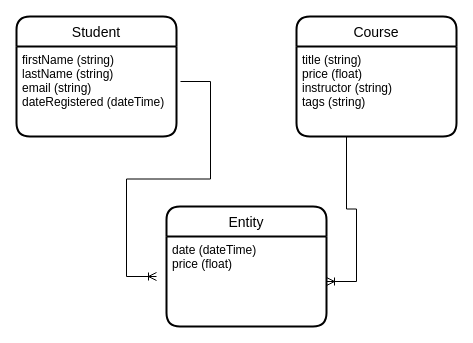
Earlier version of the draw.io diagram Libraries/Dlls/Untitled Diagram.drawio (Bryanh9111/Library). Source tidied: cells renumbered, new cells numbered last; positions are measured from the earlier drawing's top-left corner, leaving out a move shared by most shapes. Both pictures are drawn from the tidied source at 100%, with x=0, y=0 at pixel (16, 16).
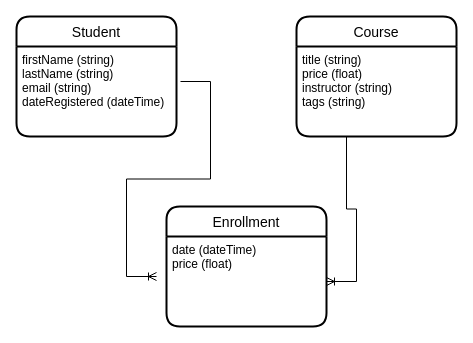
The same diagram, later.

The edit, as a diff of the source:
```diff
@@
 <mxGraphModel>
   <root>
     <mxCell id="0" />
     <mxCell id="1" parent="0" />
     <mxCell id="2" value="Student" style="swimlane;horizontal=1;startSize=30;rounded=1;fontSize=14;fontStyle=0;strokeWidth=2;shadow=0;dashed=0;align=center;" parent="1" vertex="1">
       <mxGeometry width="160" height="120" as="geometry" />
     </mxCell>
     <mxCell id="3" value="firstName (string)&#10;lastName (string)&#10;email (string)&#10;dateRegistered (dateTime)" style="align=left;strokeColor=none;fillColor=none;spacingLeft=4;fontSize=12;verticalAlign=top;" parent="2" vertex="1">
       <mxGeometry y="30" width="160" height="90" as="geometry" />
     </mxCell>
     <mxCell id="4" value="Course" style="swimlane;horizontal=1;startSize=30;rounded=1;fontSize=14;fontStyle=0;strokeWidth=2;shadow=0;dashed=0;align=center;" parent="1" vertex="1">
       <mxGeometry x="280" width="160" height="120" as="geometry" />
     </mxCell>
     <mxCell id="5" value="title (string)&#10;price (float)&#10;instructor (string)&#10;tags (string)" style="align=left;strokeColor=none;fillColor=none;spacingLeft=4;fontSize=12;verticalAlign=top;" parent="4" vertex="1">
       <mxGeometry y="30" width="160" height="90" as="geometry" />
     </mxCell>
-    <mxCell id="6" value="Entity" style="swimlane;horizontal=1;startSize=30;rounded=1;fontSize=14;fontStyle=0;strokeWidth=2;shadow=0;dashed=0;align=center;" parent="1" vertex="1">
+    <mxCell id="6" value="Enrollment" style="swimlane;horizontal=1;startSize=30;rounded=1;fontSize=14;fontStyle=0;strokeWidth=2;shadow=0;dashed=0;align=center;" parent="1" vertex="1">
       <mxGeometry x="150" y="190" width="160" height="120" as="geometry" />
     </mxCell>
     <mxCell id="7" value="date (dateTime)&#10;price (float)" style="align=left;strokeColor=none;fillColor=none;spacingLeft=4;fontSize=12;verticalAlign=top;" parent="6" vertex="1">
       <mxGeometry y="30" width="160" height="90" as="geometry" />
     </mxCell>
     <mxCell id="8" style="edgeStyle=entityRelationEdgeStyle;fontSize=12;html=1;endArrow=ERoneToMany;rounded=0;exitX=1.025;exitY=0.389;exitDx=0;exitDy=0;exitPerimeter=0;" parent="1" edge="1" source="3">
       <mxGeometry relative="1" as="geometry">
         <mxPoint x="140" y="260" as="targetPoint" />
       </mxGeometry>
     </mxCell>
     <mxCell id="9" style="edgeStyle=entityRelationEdgeStyle;fontSize=12;html=1;endArrow=ERoneToMany;rounded=0;entryX=1;entryY=0.5;entryDx=0;entryDy=0;exitX=0.5;exitY=1;exitDx=0;exitDy=0;" parent="1" edge="1" source="5" target="7">
       <mxGeometry relative="1" as="geometry" />
     </mxCell>
   </root>
 </mxGraphModel>
```
